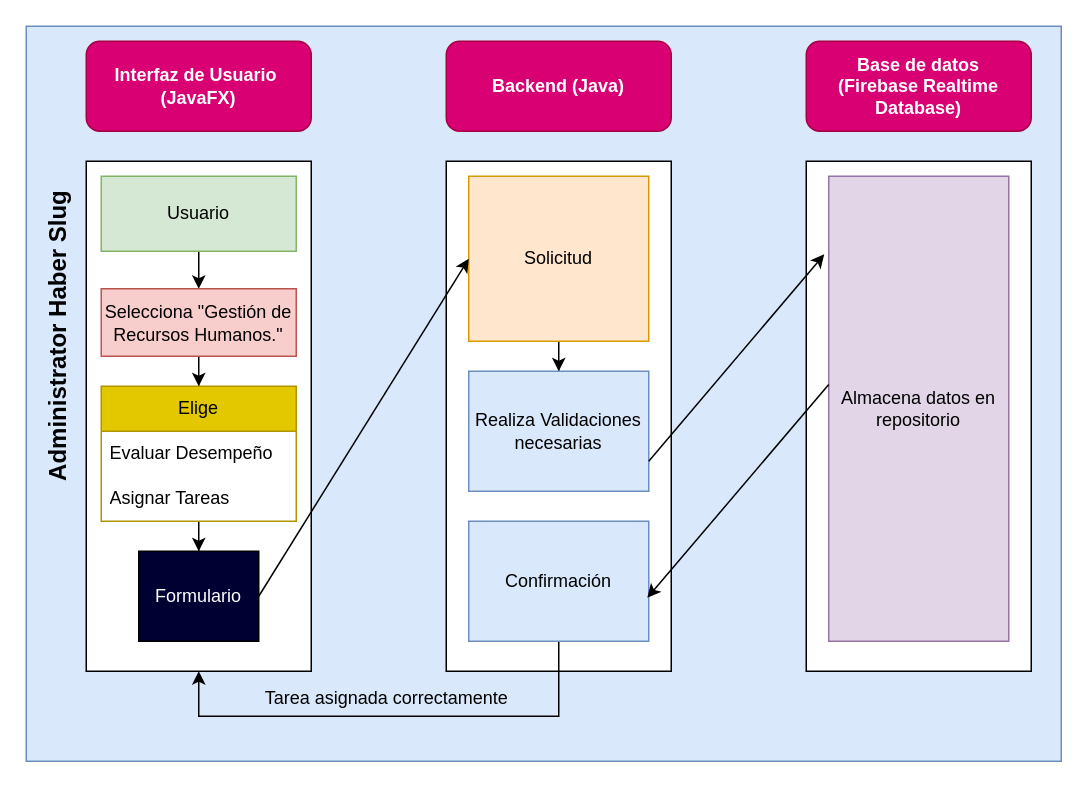
Earlier version of the draw.io diagram Untitled Diagram2.drawio (lennonl07/PrimerosCiclos). Source tidied: cells renumbered, new cells numbered last; positions are measured from the earlier drawing's top-left corner, leaving out a move shared by most shapes. Both pictures are drawn from the tidied source at 150%, with x=0, y=0 at pixel (-108, 26).
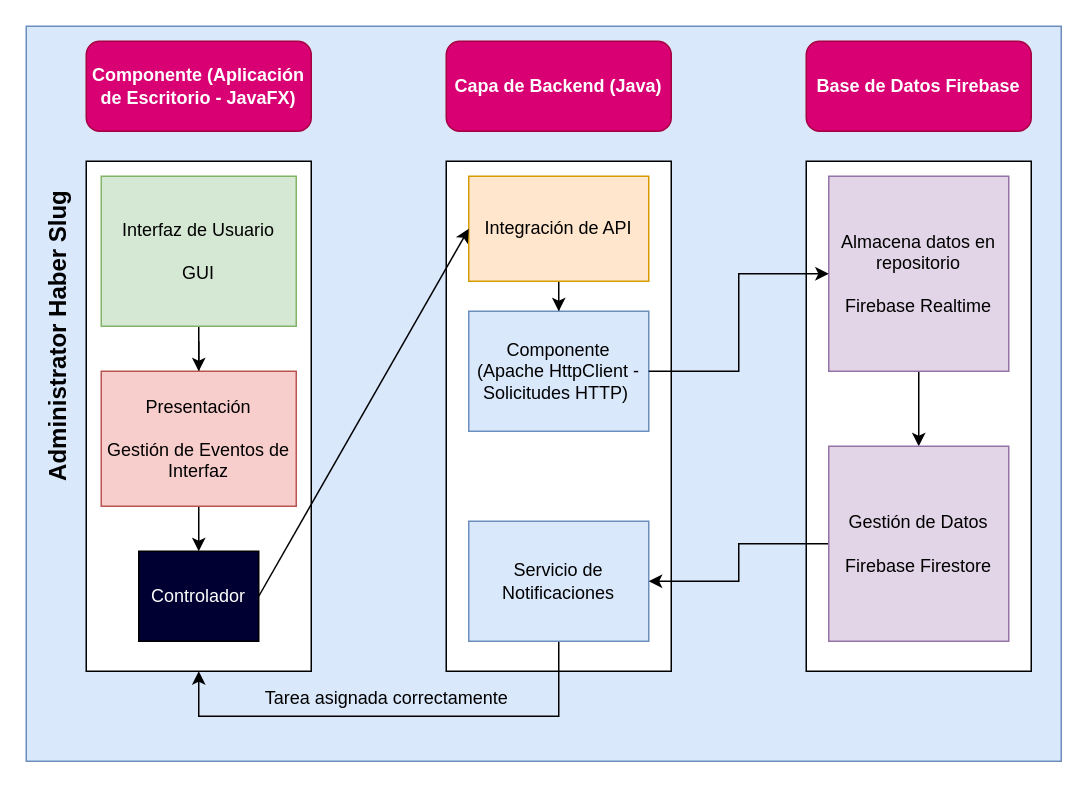
Above is the later version.

Diff of the diagram source:
```diff
@@
-    <mxCell id="6" value="Usuario" style="rounded=0;whiteSpace=wrap;html=1;fillColor=#d5e8d4;strokeColor=#82b366;" parent="1" vertex="1">
-      <mxGeometry x="139" y="100" width="130" height="50" as="geometry" />
+    <mxCell id="6" value="Interfaz de Usuario&lt;br&gt;&lt;br&gt;GUI" style="rounded=0;whiteSpace=wrap;html=1;fillColor=#d5e8d4;strokeColor=#82b366;" parent="1" vertex="1">
+      <mxGeometry x="139" y="100" width="130" height="100" as="geometry" />
     </mxCell>
-    <mxCell id="7" style="edgeStyle=orthogonalEdgeStyle;rounded=0;jettySize=auto;html=1;entryX=0.5;entryY=0;entryDx=0;entryDy=0;" parent="1" edge="1" source="8" target="11">
-      <mxGeometry relative="1" as="geometry" />
+    <mxCell id="7" style="edgeStyle=orthogonalEdgeStyle;rounded=0;jettySize=auto;html=1;entryX=0.5;entryY=0;entryDx=0;entryDy=0;" parent="1" edge="1" source="8">
+      <mxGeometry relative="1" as="geometry">
+        <mxPoint x="204" y="240" as="targetPoint" />
+      </mxGeometry>
     </mxCell>
+    <mxCell id="29" style="edgeStyle=orthogonalEdgeStyle;rounded=0;jettySize=auto;html=1;" parent="1" edge="1" source="8" target="14">
+      <mxGeometry relative="1" as="geometry" />
+    </mxCell>
-    <mxCell id="8" value="Selecciona&amp;nbsp;&quot;Gestión de Recursos Humanos.&quot;" style="rounded=0;whiteSpace=wrap;html=1;fillColor=#f8cecc;strokeColor=#b85450;" parent="1" vertex="1">
-      <mxGeometry x="139" y="175" width="130" height="45" as="geometry" />
+    <mxCell id="8" value="Presentación&lt;br&gt;&lt;br&gt;Gestión de Eventos de Interfaz" style="rounded=0;whiteSpace=wrap;html=1;fillColor=#f8cecc;strokeColor=#b85450;" parent="1" vertex="1">
+      <mxGeometry x="139" y="230" width="130" height="90" as="geometry" />
     </mxCell>
-    <mxCell id="9" value="Interfaz de Usuario&amp;nbsp; (JavaFX)" style="rounded=1;whiteSpace=wrap;html=1;fillColor=#d80073;strokeColor=#A50040;fontColor=#ffffff;fontStyle=1;" parent="1" vertex="1">
+    <mxCell id="9" value="Componente (Aplicación de Escritorio - JavaFX)" style="rounded=1;whiteSpace=wrap;html=1;fillColor=#d80073;strokeColor=#A50040;fontColor=#ffffff;fontStyle=1;" parent="1" vertex="1">
       <mxGeometry x="129" y="10" width="150" height="60" as="geometry" />
     </mxCell>
-    <mxCell id="10" style="edgeStyle=orthogonalEdgeStyle;rounded=0;jettySize=auto;html=1;" parent="1" edge="1" source="11" target="14">
-      <mxGeometry relative="1" as="geometry" />
-    </mxCell>
-    <mxCell id="11" value="Elige" style="swimlane;fontStyle=0;horizontal=1;startSize=30;whiteSpace=wrap;html=1;fillColor=#e3c800;fontColor=#000000;strokeColor=#B09500;" parent="1" vertex="1">
-      <mxGeometry x="139" y="240" width="130" height="90" as="geometry" />
-    </mxCell>
-    <mxCell id="12" value="Evaluar Desempeño" style="text;strokeColor=none;fillColor=none;align=left;verticalAlign=middle;spacingLeft=4;spacingRight=4;overflow=hidden;whiteSpace=wrap;html=1;" parent="11" vertex="1">
-      <mxGeometry y="30" width="130" height="30" as="geometry" />
-    </mxCell>
-    <mxCell id="13" value="Asignar Tareas" style="text;strokeColor=none;fillColor=none;align=left;verticalAlign=middle;spacingLeft=4;spacingRight=4;overflow=hidden;whiteSpace=wrap;html=1;" parent="11" vertex="1">
-      <mxGeometry y="60" width="130" height="30" as="geometry" />
-    </mxCell>
-    <mxCell id="14" value="Formulario" style="rounded=0;whiteSpace=wrap;html=1;fillColor=#000033;fontColor=#FFFFFF;" parent="1" vertex="1">
+    <mxCell id="14" value="Controlador" style="rounded=0;whiteSpace=wrap;html=1;fillColor=#000033;fontColor=#FFFFFF;" parent="1" vertex="1">
       <mxGeometry x="164" y="350" width="80" height="60" as="geometry" />
     </mxCell>
@@
-    <mxCell id="16" value="Backend (Java)" style="rounded=1;whiteSpace=wrap;html=1;fillColor=#d80073;strokeColor=#A50040;fontColor=#ffffff;fontStyle=1;" parent="1" vertex="1">
+    <mxCell id="16" value="Capa de Backend (Java)" style="rounded=1;whiteSpace=wrap;html=1;fillColor=#d80073;strokeColor=#A50040;fontColor=#ffffff;fontStyle=1;" parent="1" vertex="1">
       <mxGeometry x="369" y="10" width="150" height="60" as="geometry" />
     </mxCell>
@@
-    <mxCell id="18" value="Solicitud" style="rounded=0;whiteSpace=wrap;html=1;fillColor=#ffe6cc;strokeColor=#d79b00;" parent="1" vertex="1">
-      <mxGeometry x="384" y="100" width="120" height="110" as="geometry" />
+    <mxCell id="18" value="Integración de API" style="rounded=0;whiteSpace=wrap;html=1;fillColor=#ffe6cc;strokeColor=#d79b00;" parent="1" vertex="1">
+      <mxGeometry x="384" y="100" width="120" height="70" as="geometry" />
     </mxCell>
-    <mxCell id="19" value="Realiza Validaciones necesarias" style="rounded=0;whiteSpace=wrap;html=1;fillColor=#dae8fc;strokeColor=#6c8ebf;" parent="1" vertex="1">
-      <mxGeometry x="384" y="230" width="120" height="80" as="geometry" />
+    <mxCell id="19" value="Componente&lt;br style=&quot;border-color: var(--border-color);&quot;&gt;(Apache HttpClient - Solicitudes HTTP)&amp;nbsp;" style="rounded=0;whiteSpace=wrap;html=1;fillColor=#dae8fc;strokeColor=#6c8ebf;" parent="1" vertex="1">
+      <mxGeometry x="384" y="190" width="120" height="80" as="geometry" />
     </mxCell>
@@
-    <mxCell id="21" value="Base de datos&lt;br&gt;(Firebase Realtime Database)" style="rounded=1;whiteSpace=wrap;html=1;fillColor=#d80073;strokeColor=#A50040;fontColor=#ffffff;fontStyle=1;" parent="1" vertex="1">
+    <mxCell id="21" value="Base de Datos Firebase" style="rounded=1;whiteSpace=wrap;html=1;fillColor=#d80073;strokeColor=#A50040;fontColor=#ffffff;fontStyle=1;" parent="1" vertex="1">
       <mxGeometry x="609" y="10" width="150" height="60" as="geometry" />
     </mxCell>
+    <mxCell id="30" style="edgeStyle=orthogonalEdgeStyle;rounded=0;jettySize=auto;html=1;exitX=0.5;exitY=1;exitDx=0;exitDy=0;entryX=0.5;entryY=0;entryDx=0;entryDy=0;" parent="1" edge="1" source="22" target="32">
+      <mxGeometry relative="1" as="geometry" />
+    </mxCell>
-    <mxCell id="22" value="Almacena datos en repositorio" style="rounded=0;whiteSpace=wrap;html=1;fillColor=#e1d5e7;strokeColor=#9673a6;" parent="1" vertex="1">
-      <mxGeometry x="624" y="100" width="120" height="310" as="geometry" />
+    <mxCell id="22" value="Almacena datos en repositorio&lt;br&gt;&lt;br&gt;Firebase Realtime" style="rounded=0;whiteSpace=wrap;html=1;fillColor=#e1d5e7;strokeColor=#9673a6;" parent="1" vertex="1">
+      <mxGeometry x="624" y="100" width="120" height="130" as="geometry" />
     </mxCell>
@@
-    <mxCell id="24" style="endArrow=classic;html=1;rounded=0;exitX=1;exitY=0.75;exitDx=0;exitDy=0;entryX=-0.025;entryY=0.168;entryDx=0;entryDy=0;entryPerimeter=0;" parent="1" edge="1" source="19" target="22">
-      <mxGeometry relative="1" as="geometry" />
-    </mxCell>
@@
-    <mxCell id="26" value="Confirmación" style="rounded=0;whiteSpace=wrap;html=1;fillColor=#dae8fc;strokeColor=#6c8ebf;" parent="1" vertex="1">
+    <mxCell id="26" value="Servicio de Notificaciones" style="rounded=0;whiteSpace=wrap;html=1;fillColor=#dae8fc;strokeColor=#6c8ebf;" parent="1" vertex="1">
       <mxGeometry x="384" y="330" width="120" height="80" as="geometry" />
     </mxCell>
-    <mxCell id="27" style="endArrow=classic;html=1;rounded=0;exitX=0;exitY=0.448;exitDx=0;exitDy=0;exitPerimeter=0;entryX=0.992;entryY=0.638;entryDx=0;entryDy=0;entryPerimeter=0;" parent="1" edge="1" source="22" target="26">
-      <mxGeometry relative="1" as="geometry" />
-    </mxCell>
@@
+    <mxCell id="31" style="edgeStyle=orthogonalEdgeStyle;rounded=0;jettySize=auto;html=1;exitX=0;exitY=0.5;exitDx=0;exitDy=0;entryX=1;entryY=0.5;entryDx=0;entryDy=0;" parent="1" edge="1" source="32" target="26">
+      <mxGeometry relative="1" as="geometry" />
+    </mxCell>
+    <mxCell id="32" value="Gestión de Datos&lt;br&gt;&lt;br&gt;Firebase Firestore" style="rounded=0;whiteSpace=wrap;html=1;fillColor=#e1d5e7;strokeColor=#9673a6;" parent="1" vertex="1">
+      <mxGeometry x="624" y="280" width="120" height="130" as="geometry" />
+    </mxCell>
+    <mxCell id="24" style="edgeStyle=orthogonalEdgeStyle;rounded=0;jettySize=auto;html=1;exitX=1;exitY=0.5;exitDx=0;exitDy=0;" parent="1" edge="1" source="19" target="22">
+      <mxGeometry relative="1" as="geometry" />
+    </mxCell>
```
